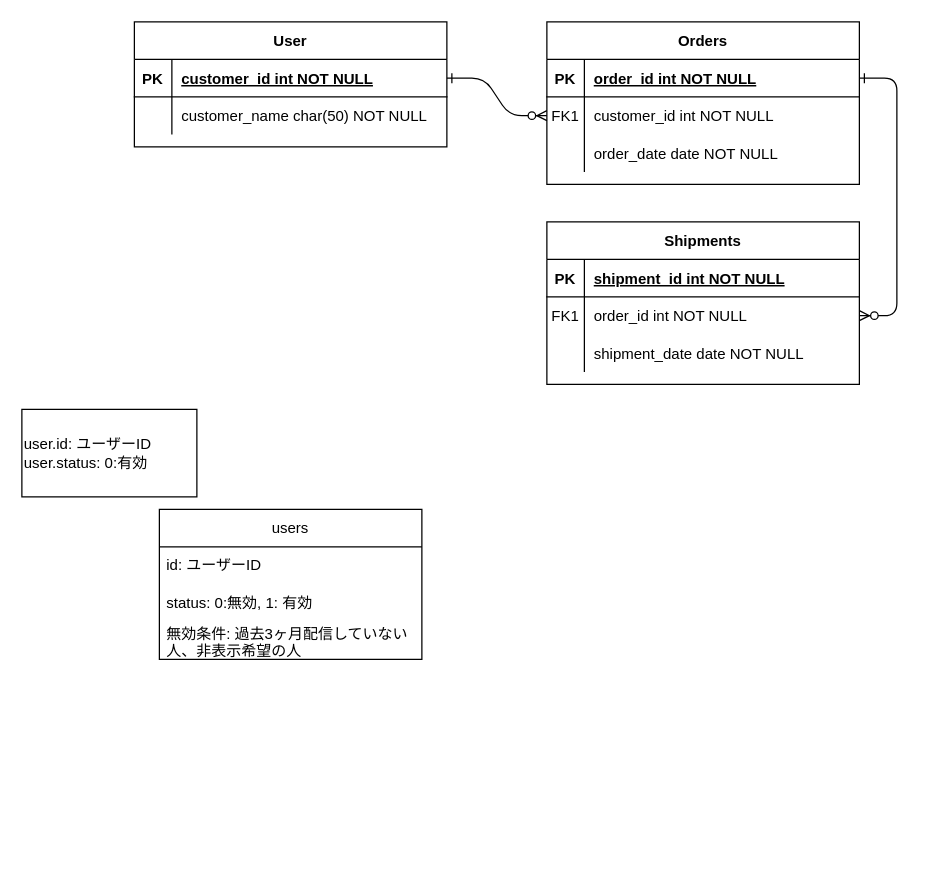
This is 名称未設定ファイル.drawio from MASA20201203/nicodb-scraping, a draw.io file, before an edit. Source tidied: cells renumbered, new cells numbered last; positions are measured from the earlier drawing's top-left corner, leaving out a move shared by most shapes. Both pictures are drawn from the tidied source at 125%, with x=0, y=0 at pixel (21, 21).
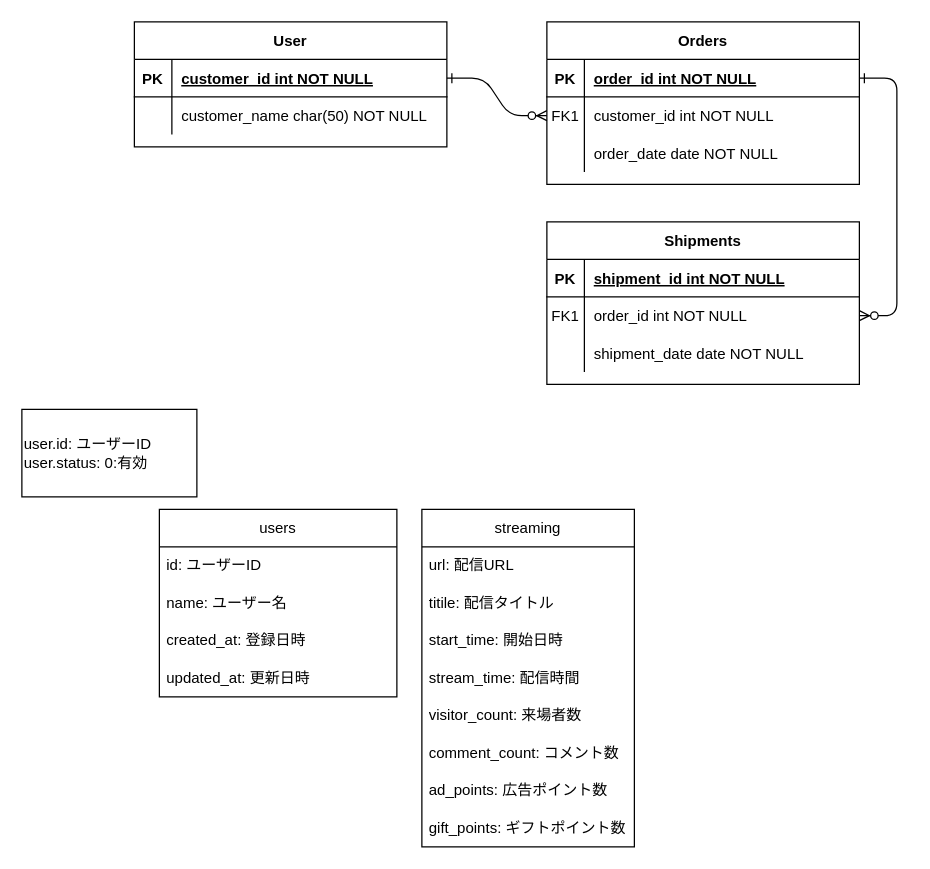
After the change.

Commit message:
クリ奨ランキングに必要なテーブルの作成

The edit, as a diff of the source:
```diff
@@
     <mxCell id="31" value="users" style="swimlane;fontStyle=0;horizontal=1;startSize=30;whiteSpace=wrap;html=1;" parent="1" vertex="1">
-      <mxGeometry x="110" y="390" width="210" height="120" as="geometry" />
+      <mxGeometry x="110" y="390" width="190" height="150" as="geometry" />
     </mxCell>
     <mxCell id="32" value="id: ユーザーID" style="text;strokeColor=none;fillColor=none;align=left;verticalAlign=middle;spacingLeft=4;spacingRight=4;overflow=hidden;whiteSpace=wrap;html=1;" parent="31" vertex="1">
-      <mxGeometry y="30" width="210" height="30" as="geometry" />
+      <mxGeometry y="30" width="190" height="30" as="geometry" />
     </mxCell>
-    <mxCell id="33" value="status: 0:無効, 1: 有効&lt;br&gt;" style="text;strokeColor=none;fillColor=none;align=left;verticalAlign=middle;spacingLeft=4;spacingRight=4;overflow=hidden;whiteSpace=wrap;html=1;" parent="31" vertex="1">
-      <mxGeometry y="60" width="210" height="30" as="geometry" />
-    </mxCell>
-    <mxCell id="34" value="無効条件: 過去3ヶ月配信していない人、非表示希望の人" style="text;strokeColor=none;fillColor=none;align=left;verticalAlign=middle;spacingLeft=4;spacingRight=4;overflow=hidden;whiteSpace=wrap;html=1;" parent="31" vertex="1">
-      <mxGeometry y="90" width="210" height="30" as="geometry" />
-    </mxCell>
+    <mxCell id="36" value="name: ユーザー名" style="text;strokeColor=none;fillColor=none;align=left;verticalAlign=middle;spacingLeft=4;spacingRight=4;overflow=hidden;whiteSpace=wrap;html=1;" parent="31" vertex="1">
+      <mxGeometry y="60" width="190" height="30" as="geometry" />
+    </mxCell>
+    <mxCell id="37" value="created_at: 登録日時" style="text;strokeColor=none;fillColor=none;align=left;verticalAlign=middle;spacingLeft=4;spacingRight=4;overflow=hidden;whiteSpace=wrap;html=1;" parent="31" vertex="1">
+      <mxGeometry y="90" width="190" height="30" as="geometry" />
+    </mxCell>
+    <mxCell id="38" value="updated_at: 更新日時" style="text;strokeColor=none;fillColor=none;align=left;verticalAlign=middle;spacingLeft=4;spacingRight=4;overflow=hidden;whiteSpace=wrap;html=1;" parent="31" vertex="1">
+      <mxGeometry y="120" width="190" height="30" as="geometry" />
+    </mxCell>
@@
+    <mxCell id="39" value="streaming" style="swimlane;fontStyle=0;horizontal=1;startSize=30;whiteSpace=wrap;html=1;" parent="1" vertex="1">
+      <mxGeometry x="320" y="390" width="170" height="270" as="geometry" />
+    </mxCell>
+    <mxCell id="40" value="url: 配信URL" style="text;strokeColor=none;fillColor=none;align=left;verticalAlign=middle;spacingLeft=4;spacingRight=4;overflow=hidden;whiteSpace=wrap;html=1;" parent="39" vertex="1">
+      <mxGeometry y="30" width="170" height="30" as="geometry" />
+    </mxCell>
+    <mxCell id="41" value="titile: 配信タイトル" style="text;strokeColor=none;fillColor=none;align=left;verticalAlign=middle;spacingLeft=4;spacingRight=4;overflow=hidden;whiteSpace=wrap;html=1;" parent="39" vertex="1">
+      <mxGeometry y="60" width="170" height="30" as="geometry" />
+    </mxCell>
+    <mxCell id="42" value="start_time: 開始日時" style="text;strokeColor=none;fillColor=none;align=left;verticalAlign=middle;spacingLeft=4;spacingRight=4;overflow=hidden;whiteSpace=wrap;html=1;" parent="39" vertex="1">
+      <mxGeometry y="90" width="170" height="30" as="geometry" />
+    </mxCell>
+    <mxCell id="43" value="stream_time: 配信時間" style="text;strokeColor=none;fillColor=none;align=left;verticalAlign=middle;spacingLeft=4;spacingRight=4;overflow=hidden;whiteSpace=wrap;html=1;" parent="39" vertex="1">
+      <mxGeometry y="120" width="170" height="30" as="geometry" />
+    </mxCell>
+    <mxCell id="44" value="visitor_count: 来場者数" style="text;strokeColor=none;fillColor=none;align=left;verticalAlign=middle;spacingLeft=4;spacingRight=4;overflow=hidden;whiteSpace=wrap;html=1;" parent="39" vertex="1">
+      <mxGeometry y="150" width="170" height="30" as="geometry" />
+    </mxCell>
+    <mxCell id="45" value="comment_count: コメント数" style="text;strokeColor=none;fillColor=none;align=left;verticalAlign=middle;spacingLeft=4;spacingRight=4;overflow=hidden;whiteSpace=wrap;html=1;" parent="39" vertex="1">
+      <mxGeometry y="180" width="170" height="30" as="geometry" />
+    </mxCell>
+    <mxCell id="46" value="ad_points: 広告ポイント数" style="text;strokeColor=none;fillColor=none;align=left;verticalAlign=middle;spacingLeft=4;spacingRight=4;overflow=hidden;whiteSpace=wrap;html=1;" parent="39" vertex="1">
+      <mxGeometry y="210" width="170" height="30" as="geometry" />
+    </mxCell>
+    <mxCell id="47" value="gift_points: ギフトポイント数" style="text;strokeColor=none;fillColor=none;align=left;verticalAlign=middle;spacingLeft=4;spacingRight=4;overflow=hidden;whiteSpace=wrap;html=1;" parent="39" vertex="1">
+      <mxGeometry y="240" width="170" height="30" as="geometry" />
+    </mxCell>
```
